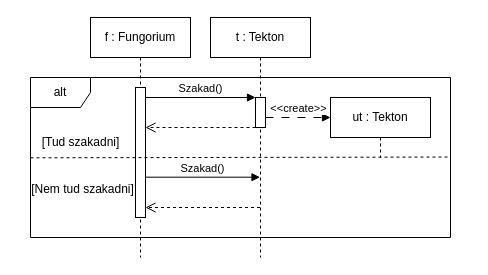
Earlier version of the draw.io diagram UML/ujSzekvencia/Tekton_Szakad.drawio (CsipetCsapatProjlab/Project). Source tidied: cells renumbered, new cells numbered last; positions are measured from the earlier drawing's top-left corner, leaving out a move shared by most shapes. Both pictures are drawn from the tidied source at 100%, with x=0, y=0 at pixel (17, 17).
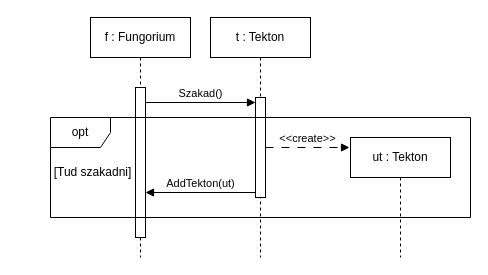
Above is the later version.

Unchanged cells that the change refers to:
```xml
<mxCell id="2" value="f : Fungorium" style="shape=umlLifeline;perimeter=lifelinePerimeter;whiteSpace=wrap;html=1;newEdgeStyle={&quot;curved&quot;:0,&quot;rounded&quot;:0};" parent="1" vertex="1">
  <mxGeometry x="73" width="100" height="240" as="geometry" />
</mxCell>
<mxCell id="4" value="t : Tekton" style="shape=umlLifeline;perimeter=lifelinePerimeter;whiteSpace=wrap;html=1;newEdgeStyle={&quot;curved&quot;:0,&quot;rounded&quot;:0};" parent="1" vertex="1">
  <mxGeometry x="193" width="100" height="240" as="geometry" />
</mxCell>
```

Change to the diagram source:
```diff
@@
     <mxCell id="3" style="html=1;points=[[0,0,0,0,5],[0,1,0,0,-5],[1,0,0,0,5],[1,1,0,0,-5]];perimeter=orthogonalPerimeter;outlineConnect=0;targetShapes=umlLifeline;portConstraint=eastwest;newEdgeStyle={&quot;curved&quot;:0,&quot;rounded&quot;:0};" parent="2" vertex="1">
-      <mxGeometry x="45" y="70" width="10" height="130" as="geometry" />
+      <mxGeometry x="45" y="70" width="10" height="150" as="geometry" />
     </mxCell>
@@
-    <mxCell id="5" style="html=1;points=[[0,0,0,0,5],[0,1,0,0,-5],[1,0,0,0,5],[1,1,0,0,-5]];perimeter=orthogonalPerimeter;outlineConnect=0;targetShapes=umlLifeline;portConstraint=eastwest;newEdgeStyle={&quot;curved&quot;:0,&quot;rounded&quot;:0};" parent="4" vertex="1">
-      <mxGeometry x="45" y="80" width="10" height="30" as="geometry" />
-    </mxCell>
-    <mxCell id="6" value="Szakad()" style="html=1;verticalAlign=bottom;endArrow=block;curved=0;rounded=0;" parent="1" edge="1">
-      <mxGeometry relative="1" as="geometry">
-        <mxPoint x="128" y="80" as="sourcePoint" />
-        <mxPoint x="238" y="80" as="targetPoint" />
-      </mxGeometry>
-    </mxCell>
-    <mxCell id="7" style="html=1;verticalAlign=bottom;endArrow=open;dashed=1;endSize=8;curved=0;rounded=0;" parent="1" edge="1">
-      <mxGeometry relative="1" as="geometry">
-        <mxPoint x="238" y="110" as="sourcePoint" />
-        <mxPoint x="128" y="110" as="targetPoint" />
-      </mxGeometry>
-    </mxCell>
+    <mxCell id="16" style="html=1;points=[[0,0,0,0,5],[0,1,0,0,-5],[1,0,0,0,5],[1,1,0,0,-5]];perimeter=orthogonalPerimeter;outlineConnect=0;targetShapes=umlLifeline;portConstraint=eastwest;newEdgeStyle={&quot;curved&quot;:0,&quot;rounded&quot;:0};" parent="4" vertex="1">
+      <mxGeometry x="45" y="80" width="10" height="100" as="geometry" />
+    </mxCell>
-    <mxCell id="8" value="alt" style="shape=umlFrame;whiteSpace=wrap;html=1;" parent="1" vertex="1">
-      <mxGeometry x="13" y="60" width="420" height="160" as="geometry" />
+    <mxCell id="8" value="opt" style="shape=umlFrame;whiteSpace=wrap;html=1;" parent="1" vertex="1">
+      <mxGeometry x="33" y="100" width="420" height="100" as="geometry" />
     </mxCell>
-    <mxCell id="9" style="endArrow=none;dashed=1;html=1;rounded=0;exitX=0;exitY=0.502;exitDx=0;exitDy=0;exitPerimeter=0;entryX=1;entryY=0.497;entryDx=0;entryDy=0;entryPerimeter=0;" parent="1" edge="1" source="8" target="8">
-      <mxGeometry relative="1" as="geometry" />
-    </mxCell>
     <mxCell id="10" value="[Tud szakadni]" style="text;html=1;align=center;verticalAlign=middle;strokeColor=none;fillColor=none;" parent="1" vertex="1">
-      <mxGeometry x="13" y="110" width="100" height="30" as="geometry" />
+      <mxGeometry x="25" y="140" width="100" height="30" as="geometry" />
     </mxCell>
-    <mxCell id="11" value="[Nem tud szakadni]" style="text;html=1;align=center;verticalAlign=middle;strokeColor=none;fillColor=none;" parent="1" vertex="1">
-      <mxGeometry y="157" width="130" height="30" as="geometry" />
-    </mxCell>
     <mxCell id="12" value="ut : Tekton" style="shape=umlLifeline;perimeter=lifelinePerimeter;whiteSpace=wrap;html=1;newEdgeStyle={&quot;curved&quot;:0,&quot;rounded&quot;:0};" parent="1" vertex="1">
-      <mxGeometry x="313" y="80" width="100" height="60" as="geometry" />
+      <mxGeometry x="333" y="120" width="100" height="120" as="geometry" />
     </mxCell>
-    <mxCell id="13" value="&amp;lt;&amp;lt;create&amp;gt;&amp;gt;" style="html=1;verticalAlign=bottom;endArrow=block;curved=0;rounded=0;dashed=1;dashPattern=8 8;" parent="1" edge="1" source="5">
+    <mxCell id="13" value="&amp;lt;&amp;lt;create&amp;gt;&amp;gt;" style="html=1;verticalAlign=bottom;endArrow=block;curved=0;rounded=0;dashed=1;dashPattern=8 8;" parent="1" edge="1">
       <mxGeometry relative="1" as="geometry">
-        <mxPoint x="313" y="100" as="targetPoint" />
+        <mxPoint x="248" y="130" as="sourcePoint" />
+        <mxPoint x="332" y="130" as="targetPoint" />
       </mxGeometry>
     </mxCell>
-    <mxCell id="14" style="html=1;verticalAlign=bottom;endArrow=open;dashed=1;endSize=8;curved=0;rounded=0;" parent="1" edge="1">
-      <mxGeometry relative="1" as="geometry">
-        <mxPoint x="242.5" y="190" as="sourcePoint" />
-        <mxPoint x="128" y="190" as="targetPoint" />
-      </mxGeometry>
-    </mxCell>
-    <mxCell id="15" value="Szakad()" style="html=1;verticalAlign=bottom;endArrow=block;curved=0;rounded=0;" parent="1" edge="1">
-      <mxGeometry relative="1" as="geometry">
-        <mxPoint x="128" y="159.7" as="sourcePoint" />
-        <mxPoint x="242.5" y="159.7" as="targetPoint" />
-      </mxGeometry>
-    </mxCell>
+    <mxCell id="17" value="Szakad()" style="html=1;verticalAlign=bottom;endArrow=block;curved=0;rounded=0;entryX=0;entryY=0;entryDx=0;entryDy=5;" parent="1" edge="1" source="3" target="16">
+      <mxGeometry relative="1" as="geometry" />
+    </mxCell>
+    <mxCell id="18" value="AddTekton(ut)" style="html=1;verticalAlign=bottom;endArrow=block;curved=0;rounded=0;exitX=0;exitY=1;exitDx=0;exitDy=-5;exitPerimeter=0;" parent="1" edge="1" source="16" target="3">
+      <mxGeometry relative="1" as="geometry" />
+    </mxCell>
```
